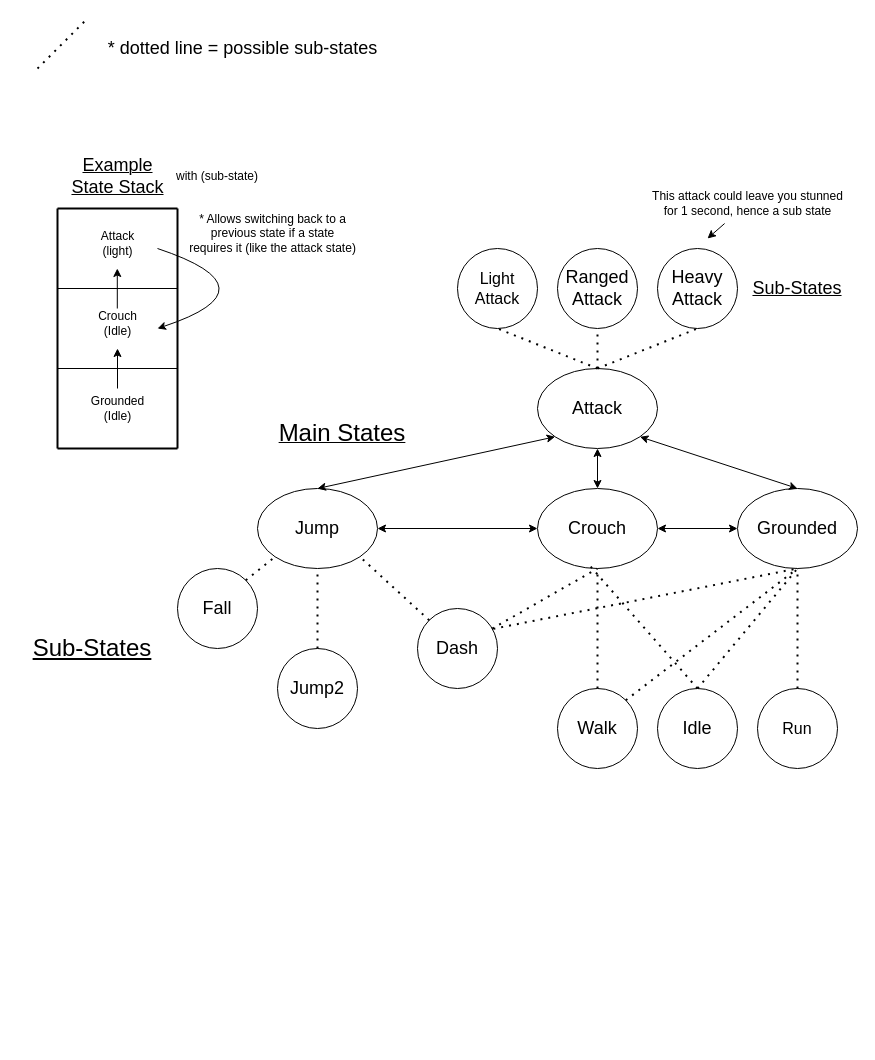
Earlier version of the draw.io diagram SFMSolution.drawio (HolyTrie/Dark-Times-In-Sherwood). Source tidied: cells renumbered, new cells numbered last; positions are measured from the earlier drawing's top-left corner, leaving out a move shared by most shapes. Both pictures are drawn from the tidied source at 100%, with x=0, y=0 at pixel (17, 18).
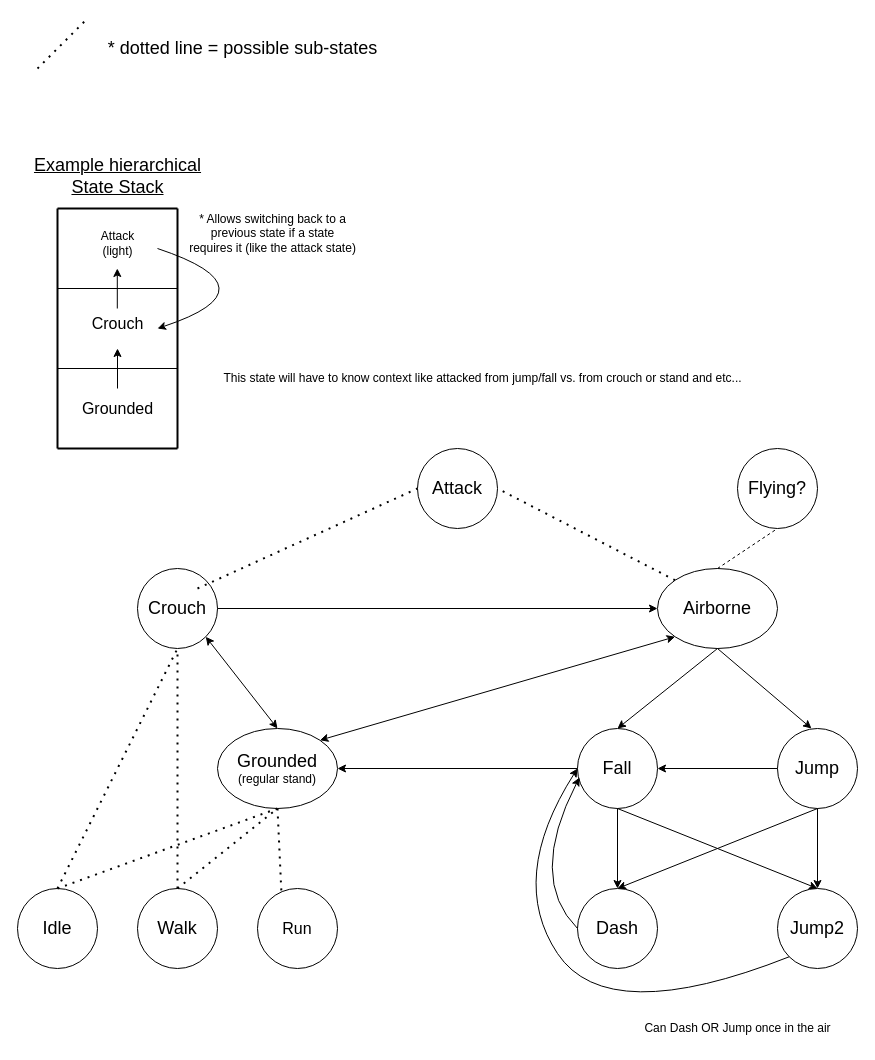
The same page after the edit.

Change to the diagram source:
```diff
@@
-    <mxCell id="2" value="&lt;font style=&quot;font-size: 18px;&quot;&gt;Grounded&lt;/font&gt;" style="ellipse;whiteSpace=wrap;html=1;" parent="1" vertex="1">
-      <mxGeometry x="720" y="470" width="120" height="80" as="geometry" />
-    </mxCell>
-    <mxCell id="3" value="&lt;font style=&quot;font-size: 18px;&quot;&gt;Idle&lt;/font&gt;" style="ellipse;whiteSpace=wrap;html=1;" parent="1" vertex="1">
-      <mxGeometry x="640" y="670" width="80" height="80" as="geometry" />
-    </mxCell>
-    <mxCell id="4" value="&lt;font style=&quot;font-size: 18px;&quot;&gt;Walk&lt;/font&gt;" style="ellipse;whiteSpace=wrap;html=1;" parent="1" vertex="1">
-      <mxGeometry x="540" y="670" width="80" height="80" as="geometry" />
-    </mxCell>
-    <mxCell id="5" value="&lt;font size=&quot;3&quot;&gt;Run&lt;/font&gt;" style="ellipse;whiteSpace=wrap;html=1;" parent="1" vertex="1">
-      <mxGeometry x="740" y="670" width="80" height="80" as="geometry" />
-    </mxCell>
-    <mxCell id="6" style="endArrow=none;dashed=1;html=1;dashPattern=1 3;strokeWidth=2;rounded=0;exitX=1;exitY=0;exitDx=0;exitDy=0;entryX=0.5;entryY=1;entryDx=0;entryDy=0;" parent="1" edge="1" source="4" target="2">
-      <mxGeometry relative="1" as="geometry" />
-    </mxCell>
-    <mxCell id="7" style="endArrow=none;dashed=1;html=1;dashPattern=1 3;strokeWidth=2;rounded=0;exitX=0.5;exitY=0;exitDx=0;exitDy=0;entryX=0.5;entryY=1;entryDx=0;entryDy=0;" parent="1" edge="1" source="3" target="2">
-      <mxGeometry relative="1" as="geometry" />
-    </mxCell>
-    <mxCell id="8" style="endArrow=none;dashed=1;html=1;dashPattern=1 3;strokeWidth=2;rounded=0;exitX=0.5;exitY=0;exitDx=0;exitDy=0;entryX=0.5;entryY=1;entryDx=0;entryDy=0;" parent="1" edge="1" source="5" target="2">
-      <mxGeometry relative="1" as="geometry" />
-    </mxCell>
-    <mxCell id="9" value="&lt;font style=&quot;font-size: 18px;&quot;&gt;Crouch&lt;/font&gt;" style="ellipse;whiteSpace=wrap;html=1;" parent="1" vertex="1">
-      <mxGeometry x="520" y="470" width="120" height="80" as="geometry" />
-    </mxCell>
-    <mxCell id="10" style="endArrow=none;dashed=1;html=1;dashPattern=1 3;strokeWidth=2;rounded=0;exitX=0.5;exitY=0;exitDx=0;exitDy=0;entryX=0.442;entryY=0.975;entryDx=0;entryDy=0;entryPerimeter=0;" parent="1" edge="1" source="3" target="9">
-      <mxGeometry relative="1" as="geometry" />
-    </mxCell>
-    <mxCell id="11" style="endArrow=none;dashed=1;html=1;dashPattern=1 3;strokeWidth=2;rounded=0;exitX=0.5;exitY=0;exitDx=0;exitDy=0;" parent="1" edge="1" source="4">
-      <mxGeometry relative="1" as="geometry">
-        <mxPoint x="580" y="550" as="targetPoint" />
-      </mxGeometry>
-    </mxCell>
-    <mxCell id="12" style="endArrow=classic;startArrow=classic;html=1;rounded=0;entryX=0;entryY=0.5;entryDx=0;entryDy=0;" parent="1" edge="1" source="9" target="2">
-      <mxGeometry relative="1" as="geometry" />
-    </mxCell>
@@
-    <mxCell id="15" value="&lt;font style=&quot;font-size: 18px;&quot;&gt;Jump&lt;/font&gt;" style="ellipse;whiteSpace=wrap;html=1;" parent="1" vertex="1">
-      <mxGeometry x="240" y="470" width="120" height="80" as="geometry" />
-    </mxCell>
-    <mxCell id="16" style="endArrow=classic;startArrow=classic;html=1;rounded=0;exitX=1;exitY=0.5;exitDx=0;exitDy=0;entryX=0;entryY=0.5;entryDx=0;entryDy=0;" parent="1" edge="1" source="15" target="9">
-      <mxGeometry relative="1" as="geometry" />
-    </mxCell>
-    <mxCell id="17" value="&lt;font style=&quot;font-size: 18px;&quot;&gt;Fall&lt;/font&gt;" style="ellipse;whiteSpace=wrap;html=1;" parent="1" vertex="1">
-      <mxGeometry x="160" y="550" width="80" height="80" as="geometry" />
-    </mxCell>
-    <mxCell id="18" value="&lt;font style=&quot;font-size: 18px;&quot;&gt;Dash&lt;/font&gt;" style="ellipse;whiteSpace=wrap;html=1;" parent="1" vertex="1">
-      <mxGeometry x="400" y="590" width="80" height="80" as="geometry" />
-    </mxCell>
-    <mxCell id="19" value="&lt;font style=&quot;font-size: 18px;&quot;&gt;Jump2&lt;/font&gt;" style="ellipse;whiteSpace=wrap;html=1;" parent="1" vertex="1">
-      <mxGeometry x="260" y="630" width="80" height="80" as="geometry" />
-    </mxCell>
-    <mxCell id="20" style="endArrow=none;dashed=1;html=1;dashPattern=1 3;strokeWidth=2;rounded=0;exitX=1;exitY=0;exitDx=0;exitDy=0;entryX=0;entryY=1;entryDx=0;entryDy=0;" parent="1" edge="1" source="17" target="15">
-      <mxGeometry relative="1" as="geometry" />
-    </mxCell>
-    <mxCell id="21" style="endArrow=none;dashed=1;html=1;dashPattern=1 3;strokeWidth=2;rounded=0;exitX=0.5;exitY=0;exitDx=0;exitDy=0;entryX=0.5;entryY=1;entryDx=0;entryDy=0;" parent="1" edge="1" source="19" target="15">
-      <mxGeometry relative="1" as="geometry" />
-    </mxCell>
-    <mxCell id="22" style="endArrow=none;dashed=1;html=1;dashPattern=1 3;strokeWidth=2;rounded=0;exitX=0;exitY=0;exitDx=0;exitDy=0;entryX=1;entryY=1;entryDx=0;entryDy=0;" parent="1" edge="1" source="18" target="15">
-      <mxGeometry relative="1" as="geometry" />
-    </mxCell>
-    <mxCell id="23" value="&lt;font style=&quot;font-size: 18px;&quot;&gt;Attack&lt;/font&gt;" style="ellipse;whiteSpace=wrap;html=1;" parent="1" vertex="1">
-      <mxGeometry x="520" y="350" width="120" height="80" as="geometry" />
-    </mxCell>
-    <mxCell id="24" style="endArrow=classic;startArrow=classic;html=1;rounded=0;exitX=0;exitY=1;exitDx=0;exitDy=0;entryX=0.5;entryY=0;entryDx=0;entryDy=0;" parent="1" edge="1" source="23" target="15">
-      <mxGeometry relative="1" as="geometry" />
-    </mxCell>
-    <mxCell id="25" style="endArrow=classic;startArrow=classic;html=1;rounded=0;exitX=0.5;exitY=1;exitDx=0;exitDy=0;entryX=0.5;entryY=0;entryDx=0;entryDy=0;" parent="1" edge="1" source="23" target="9">
-      <mxGeometry relative="1" as="geometry" />
-    </mxCell>
-    <mxCell id="26" style="endArrow=classic;startArrow=classic;html=1;rounded=0;exitX=1;exitY=1;exitDx=0;exitDy=0;entryX=0.5;entryY=0;entryDx=0;entryDy=0;" parent="1" edge="1" source="23" target="2">
-      <mxGeometry relative="1" as="geometry" />
-    </mxCell>
-    <mxCell id="27" value="&lt;font style=&quot;font-size: 18px;&quot;&gt;Heavy&lt;br&gt;Attack&lt;/font&gt;" style="ellipse;whiteSpace=wrap;html=1;" parent="1" vertex="1">
-      <mxGeometry x="640" y="230" width="80" height="80" as="geometry" />
-    </mxCell>
-    <mxCell id="28" value="&lt;font size=&quot;3&quot;&gt;Light&lt;br&gt;Attack&lt;br&gt;&lt;/font&gt;" style="ellipse;whiteSpace=wrap;html=1;" parent="1" vertex="1">
-      <mxGeometry x="440" y="230" width="80" height="80" as="geometry" />
-    </mxCell>
-    <mxCell id="29" style="endArrow=none;dashed=1;html=1;dashPattern=1 3;strokeWidth=2;rounded=0;exitX=0.5;exitY=0;exitDx=0;exitDy=0;entryX=0.5;entryY=1;entryDx=0;entryDy=0;" parent="1" edge="1" target="27">
-      <mxGeometry relative="1" as="geometry">
-        <mxPoint x="580" y="350" as="sourcePoint" />
-      </mxGeometry>
-    </mxCell>
-    <mxCell id="30" style="endArrow=none;dashed=1;html=1;dashPattern=1 3;strokeWidth=2;rounded=0;entryX=0.5;entryY=1;entryDx=0;entryDy=0;" parent="1" edge="1" target="28">
-      <mxGeometry relative="1" as="geometry">
-        <mxPoint x="580" y="350" as="sourcePoint" />
-      </mxGeometry>
-    </mxCell>
-    <mxCell id="31" value="&lt;u&gt;&lt;font style=&quot;font-size: 24px;&quot;&gt;Main States&lt;br&gt;&lt;/font&gt;&lt;/u&gt;" style="text;html=1;strokeColor=none;fillColor=none;align=center;verticalAlign=middle;whiteSpace=wrap;rounded=0;" parent="1" vertex="1">
-      <mxGeometry x="240" y="400" width="170" height="30" as="geometry" />
-    </mxCell>
-    <mxCell id="32" value="&lt;font style=&quot;font-size: 24px;&quot;&gt;&lt;u&gt;Sub-States&lt;/u&gt;&lt;/font&gt;" style="text;html=1;strokeColor=none;fillColor=none;align=center;verticalAlign=middle;whiteSpace=wrap;rounded=0;" parent="1" vertex="1">
-      <mxGeometry y="612.5" width="150" height="35" as="geometry" />
-    </mxCell>
-    <mxCell id="33" value="&lt;font style=&quot;font-size: 18px;&quot;&gt;&lt;u&gt;Sub-States&lt;/u&gt;&lt;/font&gt;" style="text;html=1;strokeColor=none;fillColor=none;align=center;verticalAlign=middle;whiteSpace=wrap;rounded=0;" parent="1" vertex="1">
-      <mxGeometry x="720" y="252.5" width="120" height="35" as="geometry" />
-    </mxCell>
-    <mxCell id="34" style="endArrow=none;dashed=1;html=1;dashPattern=1 3;strokeWidth=2;rounded=0;entryX=0.5;entryY=1;entryDx=0;entryDy=0;" parent="1" edge="1" source="18" target="9">
-      <mxGeometry relative="1" as="geometry" />
-    </mxCell>
-    <mxCell id="35" style="endArrow=none;dashed=1;html=1;dashPattern=1 3;strokeWidth=2;rounded=0;exitX=0.948;exitY=0.254;exitDx=0;exitDy=0;entryX=0.5;entryY=1;entryDx=0;entryDy=0;exitPerimeter=0;" parent="1" edge="1" source="18" target="2">
-      <mxGeometry relative="1" as="geometry" />
-    </mxCell>
-    <mxCell id="36" value="This attack could leave you stunned&lt;br&gt; for 1 second, hence a sub state" style="text;html=1;align=center;verticalAlign=middle;points=[];strokeColor=none;fillColor=none;" parent="1" vertex="1">
-      <mxGeometry x="620" y="165" width="220" height="40" as="geometry" />
-    </mxCell>
@@
-    <mxCell id="42" value="&lt;u&gt;&lt;font style=&quot;font-size: 18px;&quot;&gt;Example&lt;br&gt;State Stack&lt;/font&gt;&lt;/u&gt;" style="text;html=1;align=center;verticalAlign=middle;strokeColor=none;fillColor=none;" parent="1" vertex="1">
-      <mxGeometry x="40" y="127.5" width="120" height="60" as="geometry" />
+    <mxCell id="42" value="&lt;u&gt;&lt;font style=&quot;font-size: 18px;&quot;&gt;Example hierarchical&lt;br&gt;State Stack&lt;/font&gt;&lt;/u&gt;" style="text;html=1;align=center;verticalAlign=middle;strokeColor=none;fillColor=none;" parent="1" vertex="1">
+      <mxGeometry x="5" y="127.5" width="190" height="60" as="geometry" />
     </mxCell>
@@
-    <mxCell id="46" value="Grounded&lt;br&gt;(Idle)" style="text;html=1;align=center;verticalAlign=middle;strokeColor=none;fillColor=none;" parent="1" vertex="1">
-      <mxGeometry x="60" y="370" width="80" height="40" as="geometry" />
+    <mxCell id="46" value="&lt;font style=&quot;font-size: 16px;&quot;&gt;Grounded&lt;/font&gt;" style="text;html=1;align=center;verticalAlign=middle;strokeColor=none;fillColor=none;" parent="1" vertex="1">
+      <mxGeometry x="55" y="375" width="90" height="30" as="geometry" />
     </mxCell>
-    <mxCell id="47" value="Crouch&lt;br&gt;(Idle)" style="text;html=1;align=center;verticalAlign=middle;strokeColor=none;fillColor=none;" parent="1" vertex="1">
-      <mxGeometry x="70" y="285" width="60" height="40" as="geometry" />
-    </mxCell>
@@
-    <mxCell id="51" value="with (sub-state)" style="text;html=1;strokeColor=none;fillColor=none;align=center;verticalAlign=middle;whiteSpace=wrap;rounded=0;" parent="1" vertex="1">
-      <mxGeometry x="150" y="142.5" width="100" height="30" as="geometry" />
-    </mxCell>
-    <mxCell id="52" value="&lt;font style=&quot;font-size: 18px;&quot;&gt;Ranged&lt;br&gt;Attack&lt;/font&gt;" style="ellipse;whiteSpace=wrap;html=1;" parent="1" vertex="1">
-      <mxGeometry x="540" y="230" width="80" height="80" as="geometry" />
-    </mxCell>
-    <mxCell id="53" style="endArrow=none;dashed=1;html=1;dashPattern=1 3;strokeWidth=2;rounded=0;exitX=0.5;exitY=0;exitDx=0;exitDy=0;entryX=0.5;entryY=1;entryDx=0;entryDy=0;" parent="1" edge="1" source="23" target="52">
-      <mxGeometry relative="1" as="geometry" />
-    </mxCell>
-    <mxCell id="54" style="endArrow=classic;html=1;rounded=0;" parent="1" edge="1" source="36">
-      <mxGeometry relative="1" as="geometry">
-        <mxPoint x="690" y="220" as="targetPoint" />
-      </mxGeometry>
-    </mxCell>
+    <mxCell id="55" value="&lt;font style=&quot;font-size: 18px;&quot;&gt;Airborne&lt;/font&gt;" style="ellipse;whiteSpace=wrap;html=1;" parent="1" vertex="1">
+      <mxGeometry x="640" y="550" width="120" height="80" as="geometry" />
+    </mxCell>
+    <mxCell id="56" style="endArrow=classic;startArrow=classic;html=1;rounded=0;exitX=1;exitY=0;exitDx=0;exitDy=0;entryX=0;entryY=1;entryDx=0;entryDy=0;" parent="1" edge="1" source="57" target="55">
+      <mxGeometry relative="1" as="geometry" />
+    </mxCell>
+    <mxCell id="9" value="&lt;font style=&quot;font-size: 18px;&quot;&gt;Crouch&lt;/font&gt;" style="ellipse;whiteSpace=wrap;html=1;" parent="1" vertex="1">
+      <mxGeometry x="120" y="550" width="80" height="80" as="geometry" />
+    </mxCell>
+    <mxCell id="57" value="&lt;font style=&quot;font-size: 18px;&quot;&gt;Grounded&lt;/font&gt;&lt;br&gt;(regular stand)" style="ellipse;whiteSpace=wrap;html=1;" parent="1" vertex="1">
+      <mxGeometry x="200" y="710" width="120" height="80" as="geometry" />
+    </mxCell>
+    <mxCell id="58" style="endArrow=classic;startArrow=classic;html=1;rounded=0;exitX=1;exitY=1;exitDx=0;exitDy=0;entryX=0.5;entryY=0;entryDx=0;entryDy=0;" parent="1" edge="1" source="9" target="57">
+      <mxGeometry relative="1" as="geometry" />
+    </mxCell>
+    <mxCell id="15" value="&lt;font style=&quot;font-size: 18px;&quot;&gt;Jump&lt;/font&gt;" style="ellipse;whiteSpace=wrap;html=1;" parent="1" vertex="1">
+      <mxGeometry x="760" y="710" width="80" height="80" as="geometry" />
+    </mxCell>
+    <mxCell id="17" value="&lt;font style=&quot;font-size: 18px;&quot;&gt;Fall&lt;/font&gt;" style="ellipse;whiteSpace=wrap;html=1;" parent="1" vertex="1">
+      <mxGeometry x="560" y="710" width="80" height="80" as="geometry" />
+    </mxCell>
+    <mxCell id="18" value="&lt;font style=&quot;font-size: 18px;&quot;&gt;Dash&lt;/font&gt;" style="ellipse;whiteSpace=wrap;html=1;" parent="1" vertex="1">
+      <mxGeometry x="560" y="870" width="80" height="80" as="geometry" />
+    </mxCell>
+    <mxCell id="4" value="&lt;font style=&quot;font-size: 18px;&quot;&gt;Walk&lt;/font&gt;" style="ellipse;whiteSpace=wrap;html=1;" parent="1" vertex="1">
+      <mxGeometry x="120" y="870" width="80" height="80" as="geometry" />
+    </mxCell>
+    <mxCell id="3" value="&lt;font style=&quot;font-size: 18px;&quot;&gt;Idle&lt;/font&gt;" style="ellipse;whiteSpace=wrap;html=1;" parent="1" vertex="1">
+      <mxGeometry y="870" width="80" height="80" as="geometry" />
+    </mxCell>
+    <mxCell id="5" value="&lt;font size=&quot;3&quot;&gt;Run&lt;/font&gt;" style="ellipse;whiteSpace=wrap;html=1;" parent="1" vertex="1">
+      <mxGeometry x="240" y="870" width="80" height="80" as="geometry" />
+    </mxCell>
+    <mxCell id="23" value="&lt;font style=&quot;font-size: 18px;&quot;&gt;Attack&lt;/font&gt;" style="ellipse;whiteSpace=wrap;html=1;" parent="1" vertex="1">
+      <mxGeometry x="400" y="430" width="80" height="80" as="geometry" />
+    </mxCell>
+    <mxCell id="59" style="endArrow=none;dashed=1;html=1;dashPattern=1 3;strokeWidth=2;rounded=0;exitX=0.5;exitY=0;exitDx=0;exitDy=0;entryX=0.5;entryY=1;entryDx=0;entryDy=0;" parent="1" edge="1" source="4" target="57">
+      <mxGeometry relative="1" as="geometry" />
+    </mxCell>
+    <mxCell id="10" style="endArrow=none;dashed=1;html=1;dashPattern=1 3;strokeWidth=2;rounded=0;exitX=0.5;exitY=0;exitDx=0;exitDy=0;entryX=0.5;entryY=1;entryDx=0;entryDy=0;" parent="1" edge="1" source="3" target="9">
+      <mxGeometry relative="1" as="geometry" />
+    </mxCell>
+    <mxCell id="60" style="endArrow=none;dashed=1;html=1;dashPattern=1 3;strokeWidth=2;rounded=0;exitX=0.5;exitY=0;exitDx=0;exitDy=0;entryX=0.5;entryY=1;entryDx=0;entryDy=0;" parent="1" edge="1" source="4" target="9">
+      <mxGeometry relative="1" as="geometry" />
+    </mxCell>
+    <mxCell id="61" style="endArrow=none;dashed=1;html=1;dashPattern=1 3;strokeWidth=2;rounded=0;exitX=0.5;exitY=1;exitDx=0;exitDy=0;entryX=0.3;entryY=0.075;entryDx=0;entryDy=0;entryPerimeter=0;" parent="1" edge="1" source="57" target="5">
+      <mxGeometry relative="1" as="geometry" />
+    </mxCell>
+    <mxCell id="62" style="endArrow=none;dashed=1;html=1;dashPattern=1 3;strokeWidth=2;rounded=0;exitX=0.5;exitY=0;exitDx=0;exitDy=0;entryX=0.5;entryY=1;entryDx=0;entryDy=0;" parent="1" edge="1" source="3" target="57">
+      <mxGeometry relative="1" as="geometry" />
+    </mxCell>
+    <mxCell id="63" style="endArrow=none;dashed=1;html=1;dashPattern=1 3;strokeWidth=2;rounded=0;exitX=0.75;exitY=0.25;exitDx=0;exitDy=0;entryX=0;entryY=0.5;entryDx=0;entryDy=0;exitPerimeter=0;" parent="1" edge="1" source="9" target="23">
+      <mxGeometry relative="1" as="geometry" />
+    </mxCell>
+    <mxCell id="64" style="endArrow=none;dashed=1;html=1;dashPattern=1 3;strokeWidth=2;rounded=0;exitX=0;exitY=0;exitDx=0;exitDy=0;entryX=1;entryY=0.5;entryDx=0;entryDy=0;" parent="1" edge="1" source="55" target="23">
+      <mxGeometry relative="1" as="geometry" />
+    </mxCell>
+    <mxCell id="19" value="&lt;font style=&quot;font-size: 18px;&quot;&gt;Jump2&lt;/font&gt;" style="ellipse;whiteSpace=wrap;html=1;" parent="1" vertex="1">
+      <mxGeometry x="760" y="870" width="80" height="80" as="geometry" />
+    </mxCell>
+    <mxCell id="65" style="endArrow=classic;html=1;rounded=0;entryX=0.5;entryY=0;entryDx=0;entryDy=0;" parent="1" edge="1" source="17" target="18">
+      <mxGeometry relative="1" as="geometry" />
+    </mxCell>
+    <mxCell id="66" style="endArrow=classic;html=1;rounded=0;entryX=0.5;entryY=0;entryDx=0;entryDy=0;exitX=0.5;exitY=1;exitDx=0;exitDy=0;" parent="1" edge="1" source="15" target="19">
+      <mxGeometry relative="1" as="geometry" />
+    </mxCell>
+    <mxCell id="67" style="endArrow=classic;html=1;rounded=0;entryX=0.5;entryY=0;entryDx=0;entryDy=0;exitX=0.5;exitY=1;exitDx=0;exitDy=0;" parent="1" edge="1" source="15" target="18">
+      <mxGeometry relative="1" as="geometry" />
+    </mxCell>
+    <mxCell id="68" style="endArrow=classic;html=1;rounded=0;entryX=0.5;entryY=0;entryDx=0;entryDy=0;exitX=0.5;exitY=1;exitDx=0;exitDy=0;" parent="1" edge="1" source="17" target="19">
+      <mxGeometry relative="1" as="geometry" />
+    </mxCell>
+    <mxCell id="69" style="endArrow=classic;html=1;rounded=0;exitX=0.5;exitY=1;exitDx=0;exitDy=0;entryX=0.5;entryY=0;entryDx=0;entryDy=0;" parent="1" edge="1" source="55" target="17">
+      <mxGeometry relative="1" as="geometry" />
+    </mxCell>
+    <mxCell id="70" style="endArrow=classic;html=1;rounded=0;exitX=0.5;exitY=1;exitDx=0;exitDy=0;entryX=0.425;entryY=0;entryDx=0;entryDy=0;entryPerimeter=0;" parent="1" edge="1" source="55" target="15">
+      <mxGeometry relative="1" as="geometry" />
+    </mxCell>
+    <mxCell id="71" style="endArrow=classic;html=1;rounded=0;exitX=0;exitY=0.5;exitDx=0;exitDy=0;entryX=1;entryY=0.5;entryDx=0;entryDy=0;" parent="1" edge="1" source="15" target="17">
+      <mxGeometry relative="1" as="geometry" />
+    </mxCell>
+    <mxCell id="72" style="curved=1;endArrow=classic;html=1;rounded=0;exitX=0;exitY=0.5;exitDx=0;exitDy=0;entryX=0.025;entryY=0.613;entryDx=0;entryDy=0;entryPerimeter=0;" parent="1" edge="1" source="18" target="17">
+      <mxGeometry relative="1" as="geometry">
+        <Array as="points">
+          <mxPoint x="510" y="860" />
+        </Array>
+      </mxGeometry>
+    </mxCell>
+    <mxCell id="73" style="curved=1;endArrow=classic;html=1;rounded=0;exitX=0;exitY=1;exitDx=0;exitDy=0;entryX=0;entryY=0.5;entryDx=0;entryDy=0;" parent="1" edge="1" source="19" target="17">
+      <mxGeometry relative="1" as="geometry">
+        <Array as="points">
+          <mxPoint x="590" y="1010" />
+          <mxPoint x="490" y="860" />
+        </Array>
+      </mxGeometry>
+    </mxCell>
+    <mxCell id="74" style="endArrow=classic;html=1;rounded=0;entryX=1;entryY=0.5;entryDx=0;entryDy=0;exitX=0;exitY=0.5;exitDx=0;exitDy=0;" parent="1" edge="1" source="17" target="57">
+      <mxGeometry relative="1" as="geometry" />
+    </mxCell>
+    <mxCell id="75" value="Can Dash OR Jump once in the air" style="text;html=1;align=center;verticalAlign=middle;strokeColor=none;fillColor=none;" parent="1" vertex="1">
+      <mxGeometry x="615" y="995" width="210" height="30" as="geometry" />
+    </mxCell>
+    <mxCell id="76" value="This state will have to know context like attacked from jump/fall vs. from crouch or stand and etc..." style="text;html=1;align=center;verticalAlign=middle;strokeColor=none;fillColor=none;" parent="1" vertex="1">
+      <mxGeometry x="190" y="345" width="550" height="30" as="geometry" />
+    </mxCell>
+    <mxCell id="77" value="&lt;font style=&quot;font-size: 16px;&quot;&gt;Crouch&lt;/font&gt;" style="text;html=1;align=center;verticalAlign=middle;strokeColor=none;fillColor=none;" parent="1" vertex="1">
+      <mxGeometry x="60" y="290" width="80" height="30" as="geometry" />
+    </mxCell>
+    <mxCell id="78" style="endArrow=classic;html=1;rounded=0;exitX=1;exitY=0.5;exitDx=0;exitDy=0;entryX=0;entryY=0.5;entryDx=0;entryDy=0;" parent="1" edge="1" source="9" target="55">
+      <mxGeometry relative="1" as="geometry" />
+    </mxCell>
+    <mxCell id="79" value="&lt;font style=&quot;font-size: 18px;&quot;&gt;Flying?&lt;/font&gt;" style="ellipse;whiteSpace=wrap;html=1;" parent="1" vertex="1">
+      <mxGeometry x="720" y="430" width="80" height="80" as="geometry" />
+    </mxCell>
+    <mxCell id="80" style="endArrow=none;dashed=1;html=1;rounded=0;exitX=0.5;exitY=0;exitDx=0;exitDy=0;entryX=0.5;entryY=1;entryDx=0;entryDy=0;" parent="1" edge="1" source="55" target="79">
+      <mxGeometry relative="1" as="geometry" />
+    </mxCell>
```
